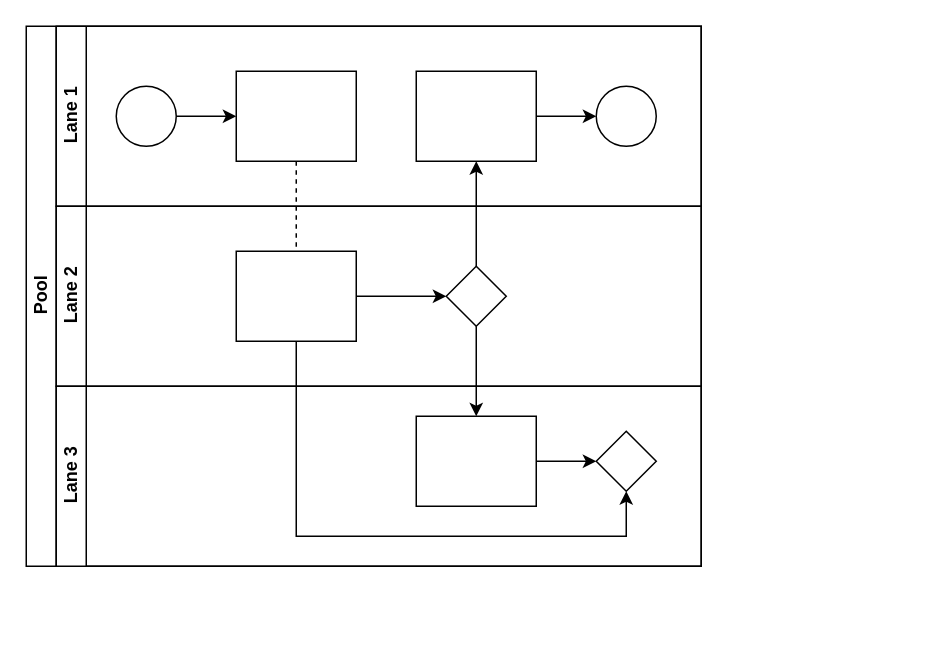
Earlier version of the draw.io diagram 未命名绘图1.drawio (Bernard203/Bernard203.github.io). Source tidied: cells renumbered, new cells numbered last; positions are measured from the earlier drawing's top-left corner, leaving out a move shared by most shapes. Both pictures are drawn from the tidied source at 150%, with x=0, y=0 at pixel (26, 26).
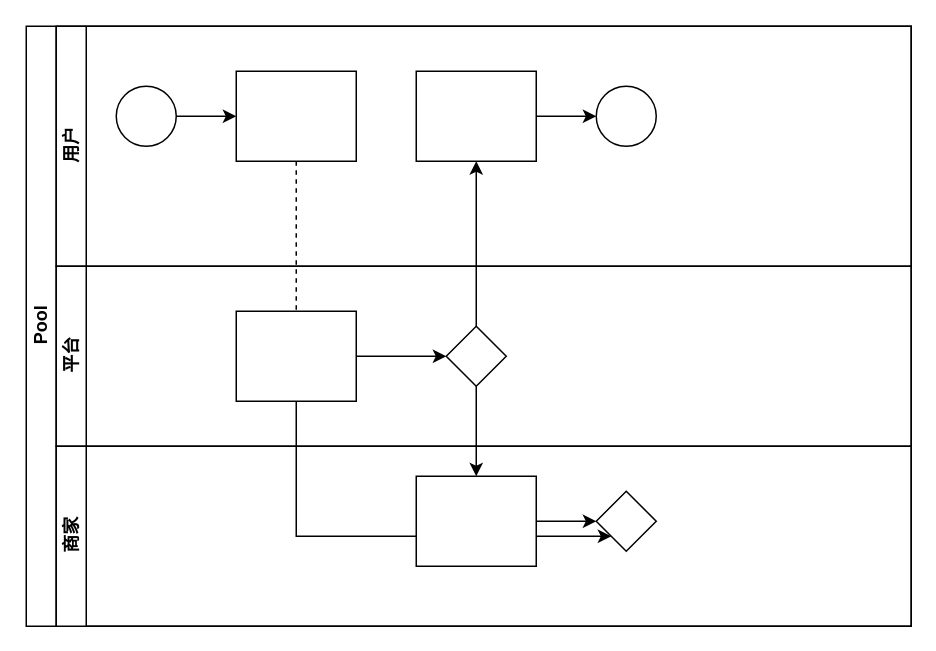
After the change.

Commit message:
更新未命名绘图1.drawio

Change to the diagram source:
```diff
@@
     <mxCell id="2" value="Pool" style="swimlane;html=1;horizontal=0;startSize=20;" parent="1" vertex="1">
-      <mxGeometry width="450" height="360" as="geometry" />
+      <mxGeometry width="590" height="400" as="geometry" />
     </mxCell>
@@
-    <mxCell id="7" value="Lane 1" style="swimlane;html=1;startSize=20;horizontal=0;" parent="2" vertex="1">
-      <mxGeometry x="20" width="430" height="120" as="geometry" />
+    <mxCell id="7" value="用户" style="swimlane;html=1;startSize=20;horizontal=0;" parent="2" vertex="1">
+      <mxGeometry x="20" width="570" height="160" as="geometry" />
     </mxCell>
@@
-    <mxCell id="14" value="Lane 2" style="swimlane;html=1;startSize=20;horizontal=0;" parent="2" vertex="1">
-      <mxGeometry x="20" y="120" width="430" height="120" as="geometry" />
+    <mxCell id="14" value="平台" style="swimlane;html=1;startSize=20;horizontal=0;" parent="2" vertex="1">
+      <mxGeometry x="20" y="160" width="570" height="120" as="geometry" />
     </mxCell>
@@
-    <mxCell id="18" value="Lane 3" style="swimlane;html=1;startSize=20;horizontal=0;" parent="2" vertex="1">
-      <mxGeometry x="20" y="240" width="430" height="120" as="geometry" />
+    <mxCell id="18" value="商家" style="swimlane;html=1;startSize=20;horizontal=0;" parent="2" vertex="1">
+      <mxGeometry x="20" y="280" width="570" height="120" as="geometry" />
     </mxCell>
```
